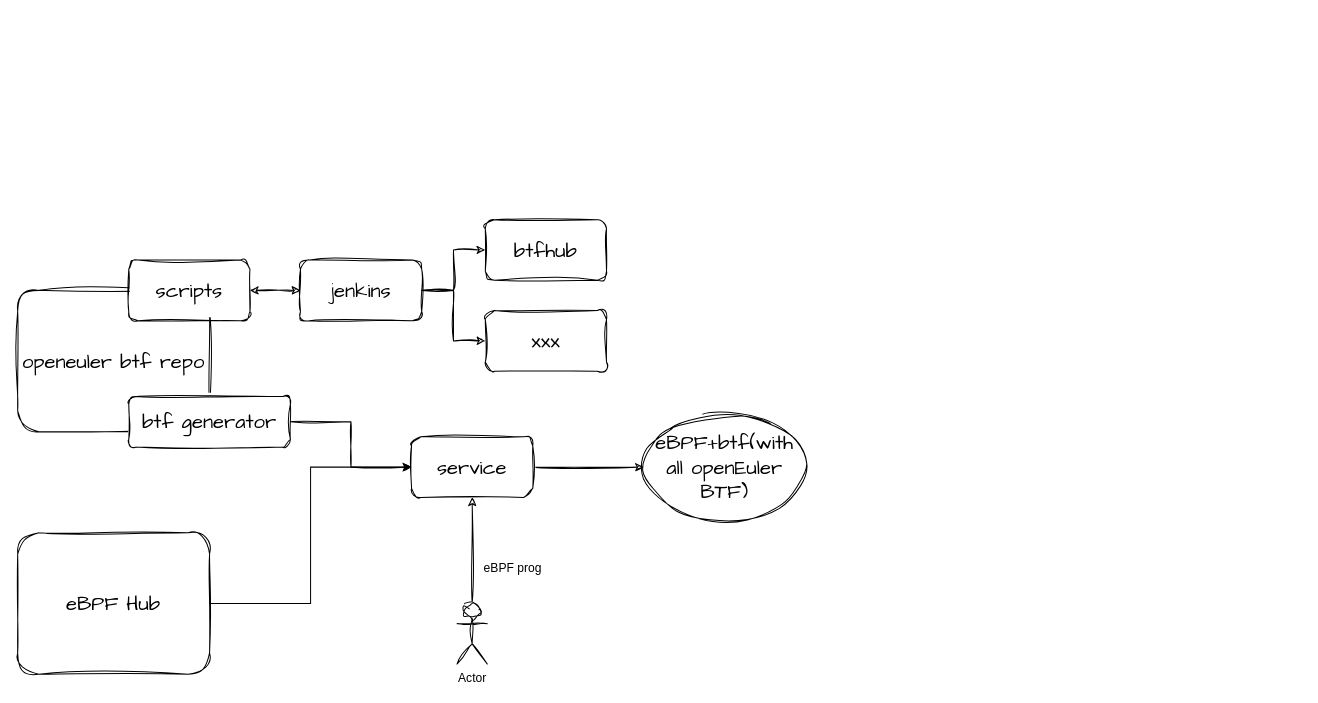
The draw.io diagram BTFHUB.drawio in pkking/mydrawio, before the edit. Source tidied: cells renumbered, new cells numbered last; positions are measured from the earlier drawing's top-left corner, leaving out a move shared by most shapes. Both pictures are drawn from the tidied source at 101%, with x=0, y=0 at pixel (17, 219).
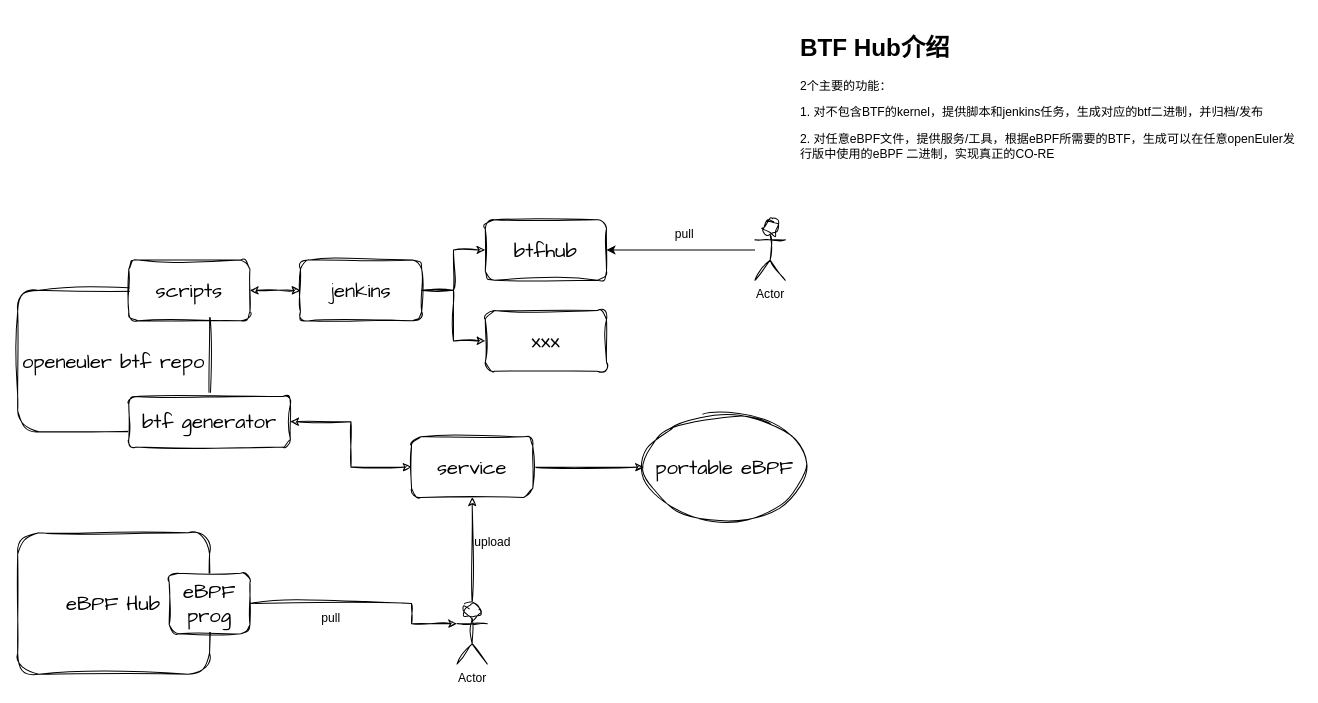
The same page after the edit.

The change refers to these unchanged cells:
```xml
<mxCell id="5" value="btf generator" style="rounded=1;whiteSpace=wrap;html=1;sketch=1;hachureGap=4;jiggle=2;curveFitting=1;fontFamily=Architects Daughter;fontSize=20;" parent="1" vertex="1">
  <mxGeometry x="110" y="175" width="160" height="50" as="geometry" />
</mxCell>
<mxCell id="10" value="btfhub" style="rounded=1;whiteSpace=wrap;html=1;sketch=1;hachureGap=4;jiggle=2;curveFitting=1;fontFamily=Architects Daughter;fontSize=20;" parent="1" vertex="1">
  <mxGeometry x="463" width="120" height="60" as="geometry" />
</mxCell>
<mxCell id="13" value="service" style="rounded=1;whiteSpace=wrap;html=1;sketch=1;hachureGap=4;jiggle=2;curveFitting=1;fontFamily=Architects Daughter;fontSize=20;" parent="1" vertex="1">
  <mxGeometry x="390" y="215" width="120" height="60" as="geometry" />
</mxCell>
<mxCell id="15" value="Actor" style="shape=umlActor;verticalLabelPosition=bottom;verticalAlign=top;html=1;outlineConnect=0;sketch=1;curveFitting=1;jiggle=2;" parent="1" vertex="1">
  <mxGeometry x="435" y="380" width="30" height="60" as="geometry" />
</mxCell>
<mxCell id="19" value="eBPF Hub" style="rounded=1;whiteSpace=wrap;html=1;sketch=1;hachureGap=4;jiggle=2;curveFitting=1;fontFamily=Architects Daughter;fontSize=20;" parent="1" vertex="1">
  <mxGeometry y="310" width="190" height="140" as="geometry" />
</mxCell>
```

What changed in the source:
```diff
@@
-    <mxCell id="4" style="edgeStyle=orthogonalEdgeStyle;rounded=0;jettySize=auto;html=1;entryX=0;entryY=0.5;entryDx=0;entryDy=0;sketch=1;curveFitting=1;jiggle=2;" parent="1" edge="1" source="5" target="13">
+    <mxCell id="4" style="edgeStyle=orthogonalEdgeStyle;rounded=0;jettySize=auto;html=1;entryX=0;entryY=0.5;entryDx=0;entryDy=0;sketch=1;curveFitting=1;jiggle=2;startArrow=classic;startFill=1;" parent="1" edge="1" source="5" target="13">
       <mxGeometry relative="1" as="geometry" />
     </mxCell>
@@
-    <mxCell id="16" value="eBPF prog" style="text;html=1;align=center;verticalAlign=middle;points=[];strokeColor=none;fillColor=none;sketch=1;curveFitting=1;jiggle=2;" parent="1" vertex="1">
-      <mxGeometry x="450" y="330" width="80" height="30" as="geometry" />
-    </mxCell>
-    <mxCell id="17" value="eBPF+btf(with all openEuler BTF)" style="ellipse;whiteSpace=wrap;html=1;fontSize=20;fontFamily=Architects Daughter;rounded=1;sketch=1;hachureGap=4;jiggle=2;curveFitting=1;" parent="1" vertex="1">
+    <mxCell id="17" value="portable eBPF" style="ellipse;whiteSpace=wrap;html=1;fontSize=20;fontFamily=Architects Daughter;rounded=1;sketch=1;hachureGap=4;jiggle=2;curveFitting=1;" parent="1" vertex="1">
       <mxGeometry x="620" y="192.5" width="160" height="105" as="geometry" />
     </mxCell>
-    <mxCell id="18" style="edgeStyle=orthogonalEdgeStyle;rounded=0;jettySize=auto;html=1;entryX=0;entryY=0.5;entryDx=0;entryDy=0;" parent="1" edge="1" source="19" target="13">
-      <mxGeometry relative="1" as="geometry" />
+    <mxCell id="18" style="edgeStyle=orthogonalEdgeStyle;rounded=0;jettySize=auto;html=1;entryX=0;entryY=0.3333333333333333;entryDx=0;entryDy=0;startArrow=none;entryPerimeter=0;sketch=1;curveFitting=1;jiggle=2;" parent="1" edge="1" source="16" target="15">
+      <mxGeometry relative="1" as="geometry">
+        <Array as="points">
+          <mxPoint x="390" y="380" />
+          <mxPoint x="390" y="400" />
+        </Array>
+      </mxGeometry>
     </mxCell>
@@
+    <mxCell id="16" value="eBPF prog" style="rounded=1;whiteSpace=wrap;html=1;sketch=1;hachureGap=4;jiggle=2;curveFitting=1;fontFamily=Architects Daughter;fontSize=20;" parent="1" vertex="1">
+      <mxGeometry x="150" y="350" width="80" height="60" as="geometry" />
+    </mxCell>
+    <mxCell id="20" value="upload" style="text;html=1;align=center;verticalAlign=middle;strokeColor=none;fillColor=none;sketch=1;curveFitting=1;jiggle=2;rounded=1;" parent="1" vertex="1">
+      <mxGeometry x="440" y="305" width="60" height="30" as="geometry" />
+    </mxCell>
+    <mxCell id="21" value="pull" style="text;html=1;align=center;verticalAlign=middle;strokeColor=none;fillColor=none;sketch=1;curveFitting=1;jiggle=2;rounded=1;" parent="1" vertex="1">
+      <mxGeometry x="290" y="380" width="40" height="30" as="geometry" />
+    </mxCell>
+    <mxCell id="22" value="&lt;h1&gt;BTF Hub介绍&lt;br&gt;&lt;/h1&gt;&lt;p&gt;2个主要的功能：&lt;/p&gt;&lt;p&gt;1. 对不包含BTF的kernel，提供脚本和jenkins任务，生成对应的btf二进制，并归档/发布&lt;/p&gt;&lt;p&gt;2. 对任意eBPF文件，提供服务/工具，根据eBPF所需要的BTF，生成可以在任意openEuler发行版中使用的eBPF 二进制，实现真正的CO-RE&lt;br&gt;&lt;/p&gt;" style="text;html=1;strokeColor=none;fillColor=none;spacing=5;spacingTop=-20;whiteSpace=wrap;overflow=hidden;rounded=0;" parent="1" vertex="1">
+      <mxGeometry x="770" y="-190" width="500" height="140" as="geometry" />
+    </mxCell>
+    <mxCell id="23" style="edgeStyle=orthogonalEdgeStyle;rounded=0;jettySize=auto;html=1;entryX=1;entryY=0.5;entryDx=0;entryDy=0;" parent="1" edge="1" source="24" target="10">
+      <mxGeometry relative="1" as="geometry" />
+    </mxCell>
+    <mxCell id="24" value="Actor" style="shape=umlActor;verticalLabelPosition=bottom;verticalAlign=top;html=1;outlineConnect=0;sketch=1;curveFitting=1;jiggle=2;" parent="1" vertex="1">
+      <mxGeometry x="730" width="30" height="60" as="geometry" />
+    </mxCell>
+    <mxCell id="25" value="pull" style="text;html=1;align=center;verticalAlign=middle;strokeColor=none;fillColor=none;" parent="1" vertex="1">
+      <mxGeometry x="640" width="40" height="30" as="geometry" />
+    </mxCell>
```
